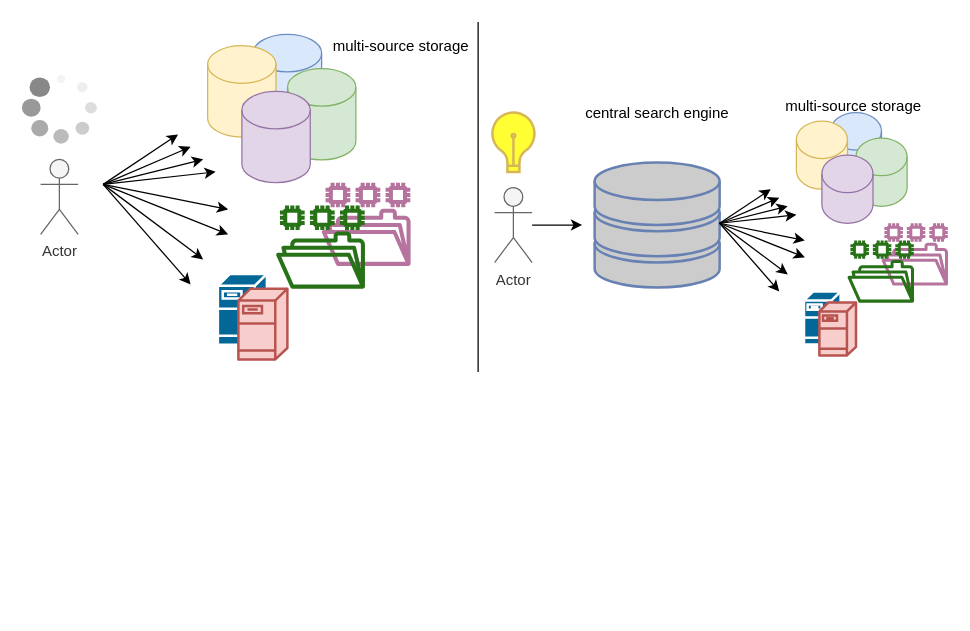
Above: page "Seite-2" (2 of 2) of doc/figures/introduction.drawio in PanzerknackerR/elasticsearch_multisouce_searchengine (draw.io), before the change. Source tidied: cells renumbered, new cells numbered last; positions are measured from the earlier drawing's top-left corner, leaving out a move shared by most shapes. Both pictures are drawn from the tidied source at 125%, with x=0, y=0 at pixel (21, 21).
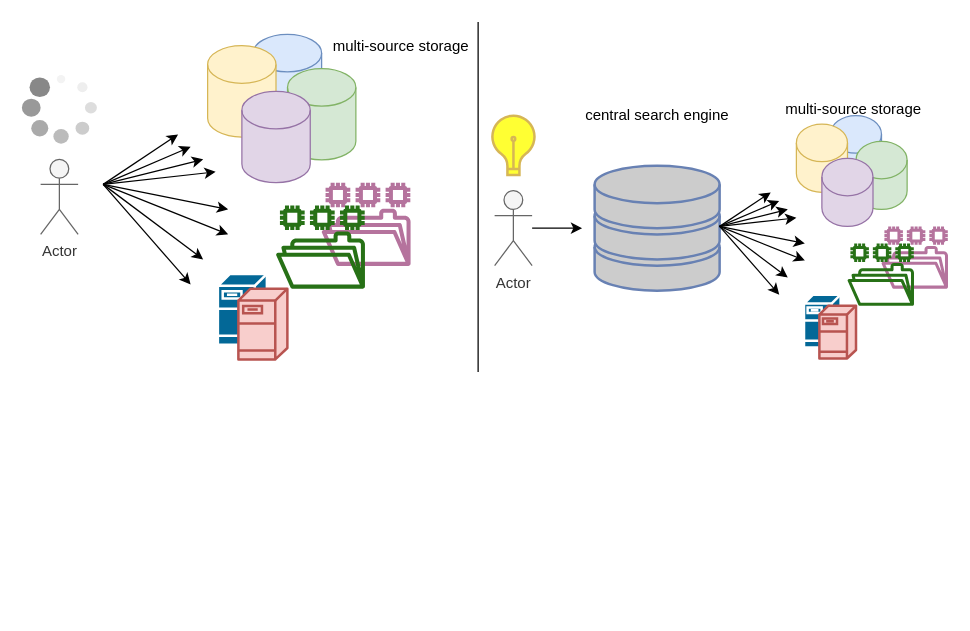
After the change.

Unchanged cells that the change refers to:
```xml
<mxCell id="29" style="group;" parent="28" vertex="1">
  <mxGeometry width="340" height="160" as="geometry" />
</mxCell>
<mxCell id="30" value="Actor" style="shape=umlActor;verticalLabelPosition=bottom;verticalAlign=top;html=1;outlineConnect=0;fillColor=#f5f5f5;strokeColor=#666666;fontColor=#333333;" parent="29" vertex="1">
  <mxGeometry x="3.2" y="70" width="30" height="60" as="geometry" />
</mxCell>
<mxCell id="33" style="group;" parent="32" vertex="1">
  <mxGeometry width="156.8" height="150" as="geometry" />
</mxCell>
```

What changed in the source:
```diff
@@
-    <mxCell id="23" style="group;" parent="1" vertex="1">
-      <mxGeometry y="280" width="363.2" height="190" as="geometry" />
-    </mxCell>
-    <mxCell id="24" style="group;" parent="23" vertex="1">
-      <mxGeometry x="375" y="-222.5" width="350" height="165" as="geometry" />
-    </mxCell>
-    <mxCell id="25" style="group;" parent="24" vertex="1">
-      <mxGeometry width="350" height="165" as="geometry" />
-    </mxCell>
-    <mxCell id="26" style="group;" parent="25" vertex="1">
-      <mxGeometry width="350" height="165" as="geometry" />
-    </mxCell>
+    <mxCell id="53" style="endArrow=none;html=1;" parent="1" edge="1">
+      <mxGeometry relative="1" as="geometry">
+        <mxPoint x="365" y="280" as="sourcePoint" />
+        <mxPoint x="365" as="targetPoint" />
+      </mxGeometry>
+    </mxCell>
+    <mxCell id="54" style="group;" parent="1" vertex="1">
+      <mxGeometry x="375" y="60" width="350" height="165" as="geometry" />
+    </mxCell>
-    <mxCell id="27" value="multi-source storage" style="text;html=1;align=center;verticalAlign=middle;" parent="26" vertex="1">
+    <mxCell id="27" value="multi-source storage" style="text;html=1;align=center;verticalAlign=middle;" parent="54" vertex="1">
       <mxGeometry x="230" width="120" height="20" as="geometry" />
     </mxCell>
-    <mxCell id="28" style="group;" parent="26" vertex="1">
+    <mxCell id="28" style="group;" parent="54" vertex="1">
       <mxGeometry y="5" width="340" height="160" as="geometry" />
     </mxCell>
@@
-    <mxCell id="42" style="endArrow=classic;html=1;" parent="33" edge="1">
-      <mxGeometry relative="1" as="geometry">
-        <mxPoint y="88.6" as="sourcePoint" />
-        <mxPoint x="40.9" y="61.4" as="targetPoint" />
-      </mxGeometry>
-    </mxCell>
-    <mxCell id="43" style="endArrow=classic;html=1;" parent="33" edge="1">
-      <mxGeometry relative="1" as="geometry">
-        <mxPoint y="88.6" as="sourcePoint" />
-        <mxPoint x="47.7" y="68.2" as="targetPoint" />
-      </mxGeometry>
-    </mxCell>
-    <mxCell id="44" style="endArrow=classic;html=1;" parent="33" edge="1">
-      <mxGeometry relative="1" as="geometry">
-        <mxPoint y="88.6" as="sourcePoint" />
-        <mxPoint x="54.5" y="75" as="targetPoint" />
-      </mxGeometry>
-    </mxCell>
-    <mxCell id="45" style="endArrow=classic;html=1;" parent="33" edge="1">
-      <mxGeometry relative="1" as="geometry">
-        <mxPoint y="88.6" as="sourcePoint" />
-        <mxPoint x="61.4" y="81.8" as="targetPoint" />
-      </mxGeometry>
-    </mxCell>
-    <mxCell id="46" style="endArrow=classic;html=1;" parent="33" edge="1">
-      <mxGeometry relative="1" as="geometry">
-        <mxPoint y="88.6" as="sourcePoint" />
-        <mxPoint x="68.2" y="102.3" as="targetPoint" />
-      </mxGeometry>
-    </mxCell>
-    <mxCell id="47" style="endArrow=classic;html=1;" parent="33" edge="1">
-      <mxGeometry relative="1" as="geometry">
-        <mxPoint y="88.6" as="sourcePoint" />
-        <mxPoint x="68.2" y="115.9" as="targetPoint" />
-      </mxGeometry>
-    </mxCell>
-    <mxCell id="48" style="endArrow=classic;html=1;" parent="33" edge="1">
-      <mxGeometry relative="1" as="geometry">
-        <mxPoint y="88.6" as="sourcePoint" />
-        <mxPoint x="54.5" y="129.5" as="targetPoint" />
-      </mxGeometry>
-    </mxCell>
-    <mxCell id="49" style="endArrow=classic;html=1;" parent="33" edge="1">
-      <mxGeometry relative="1" as="geometry">
-        <mxPoint y="88.6" as="sourcePoint" />
-        <mxPoint x="47.7" y="143.2" as="targetPoint" />
-      </mxGeometry>
-    </mxCell>
-    <mxCell id="50" style="endArrow=classic;html=1;" parent="29" edge="1" source="30">
-      <mxGeometry relative="1" as="geometry">
-        <mxPoint x="73.2" y="100" as="targetPoint" />
-      </mxGeometry>
-    </mxCell>
+    <mxCell id="55" style="endArrow=classic;html=1;" parent="33" edge="1">
+      <mxGeometry relative="1" as="geometry">
+        <mxPoint y="88.6" as="sourcePoint" />
+        <mxPoint x="40.9" y="61.4" as="targetPoint" />
+      </mxGeometry>
+    </mxCell>
+    <mxCell id="56" style="endArrow=classic;html=1;" parent="33" edge="1">
+      <mxGeometry relative="1" as="geometry">
+        <mxPoint y="88.6" as="sourcePoint" />
+        <mxPoint x="47.7" y="68.2" as="targetPoint" />
+      </mxGeometry>
+    </mxCell>
+    <mxCell id="57" style="endArrow=classic;html=1;" parent="33" edge="1">
+      <mxGeometry relative="1" as="geometry">
+        <mxPoint y="88.6" as="sourcePoint" />
+        <mxPoint x="54.5" y="75" as="targetPoint" />
+      </mxGeometry>
+    </mxCell>
+    <mxCell id="58" style="endArrow=classic;html=1;" parent="33" edge="1">
+      <mxGeometry relative="1" as="geometry">
+        <mxPoint y="88.6" as="sourcePoint" />
+        <mxPoint x="61.4" y="81.8" as="targetPoint" />
+      </mxGeometry>
+    </mxCell>
+    <mxCell id="59" style="endArrow=classic;html=1;" parent="33" edge="1">
+      <mxGeometry relative="1" as="geometry">
+        <mxPoint y="88.6" as="sourcePoint" />
+        <mxPoint x="68.2" y="102.3" as="targetPoint" />
+      </mxGeometry>
+    </mxCell>
+    <mxCell id="60" style="endArrow=classic;html=1;" parent="33" edge="1">
+      <mxGeometry relative="1" as="geometry">
+        <mxPoint y="88.6" as="sourcePoint" />
+        <mxPoint x="68.2" y="115.9" as="targetPoint" />
+      </mxGeometry>
+    </mxCell>
+    <mxCell id="61" style="endArrow=classic;html=1;" parent="33" edge="1">
+      <mxGeometry relative="1" as="geometry">
+        <mxPoint y="88.6" as="sourcePoint" />
+        <mxPoint x="54.5" y="129.5" as="targetPoint" />
+      </mxGeometry>
+    </mxCell>
+    <mxCell id="62" style="endArrow=classic;html=1;" parent="33" edge="1">
+      <mxGeometry relative="1" as="geometry">
+        <mxPoint y="88.6" as="sourcePoint" />
+        <mxPoint x="47.7" y="143.2" as="targetPoint" />
+      </mxGeometry>
+    </mxCell>
+    <mxCell id="63" style="endArrow=classic;html=1;" parent="29" edge="1" source="30">
+      <mxGeometry relative="1" as="geometry">
+        <mxPoint x="73.2" y="100" as="targetPoint" />
+      </mxGeometry>
+    </mxCell>
@@
-    <mxCell id="53" style="endArrow=none;html=1;" parent="1" edge="1">
-      <mxGeometry relative="1" as="geometry">
-        <mxPoint x="365" y="280" as="sourcePoint" />
-        <mxPoint x="365" as="targetPoint" />
-      </mxGeometry>
-    </mxCell>
```
